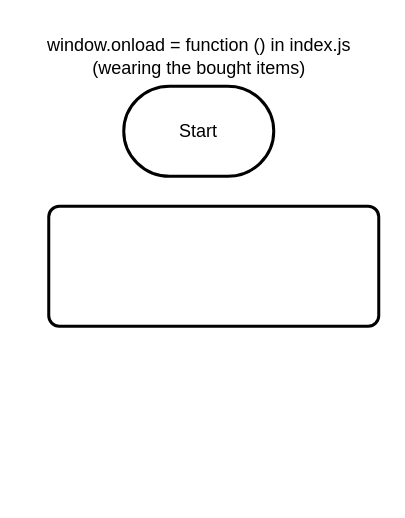
MTHS-ICD2O-1-2024/ICD2O-Final-Project-ain.jeong keeps this draw.io diagram as design/flowchart-windowonload-indexJs.drawio. Above is the earlier version. Source tidied: cells renumbered, new cells numbered last; positions are measured from the earlier drawing's top-left corner, leaving out a move shared by most shapes. Both pictures are drawn from the tidied source at 150%, with x=0, y=0 at pixel (26, 26).
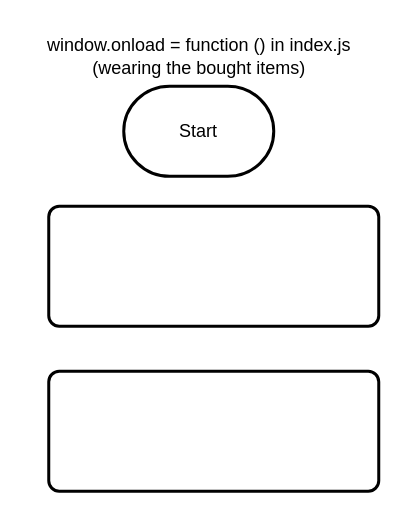
The same diagram, later.

The edit, as a diff of the source:
```diff
@@
 <mxGraphModel>
   <root>
     <mxCell id="0" />
     <mxCell id="1" parent="0" />
     <mxCell id="2" value="Start" style="strokeWidth=2;html=1;shape=mxgraph.flowchart.terminator;whiteSpace=wrap;" parent="1" vertex="1">
       <mxGeometry x="65" y="40" width="100" height="60" as="geometry" />
     </mxCell>
     <mxCell id="3" value="window.onload = function () in index.js&lt;div&gt;(wearing the bought items)&lt;/div&gt;" style="text;html=1;align=center;verticalAlign=middle;strokeColor=none;fillColor=none;" parent="1" vertex="1">
       <mxGeometry width="230" height="40" as="geometry" />
     </mxCell>
     <mxCell id="4" style="rounded=1;whiteSpace=wrap;html=1;absoluteArcSize=1;arcSize=14;strokeWidth=2;" parent="1" vertex="1">
       <mxGeometry x="15" y="120" width="220" height="80" as="geometry" />
     </mxCell>
+    <mxCell id="5" style="rounded=1;whiteSpace=wrap;html=1;absoluteArcSize=1;arcSize=14;strokeWidth=2;" parent="1" vertex="1">
+      <mxGeometry x="15" y="230" width="220" height="80" as="geometry" />
+    </mxCell>
   </root>
 </mxGraphModel>
```
